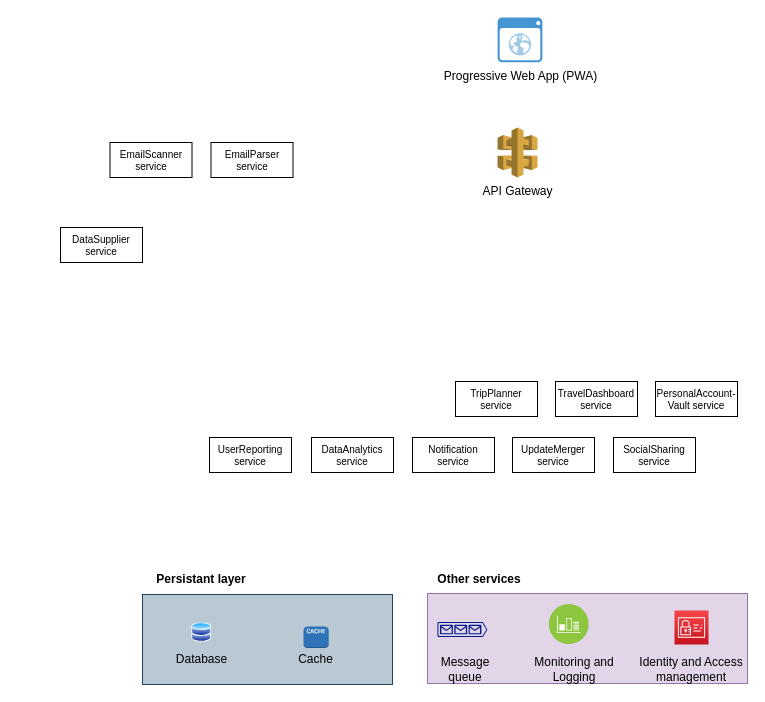
Orry/CloudeneersArchKata2023 keeps this draw.io diagram as diagrams/Untitled Diagram.drawio. Above is the earlier version. Source tidied: cells renumbered, new cells numbered last; positions are measured from the earlier drawing's top-left corner, leaving out a move shared by most shapes. Both pictures are drawn from the tidied source at 100%, with x=0, y=0 at pixel (60, 17).
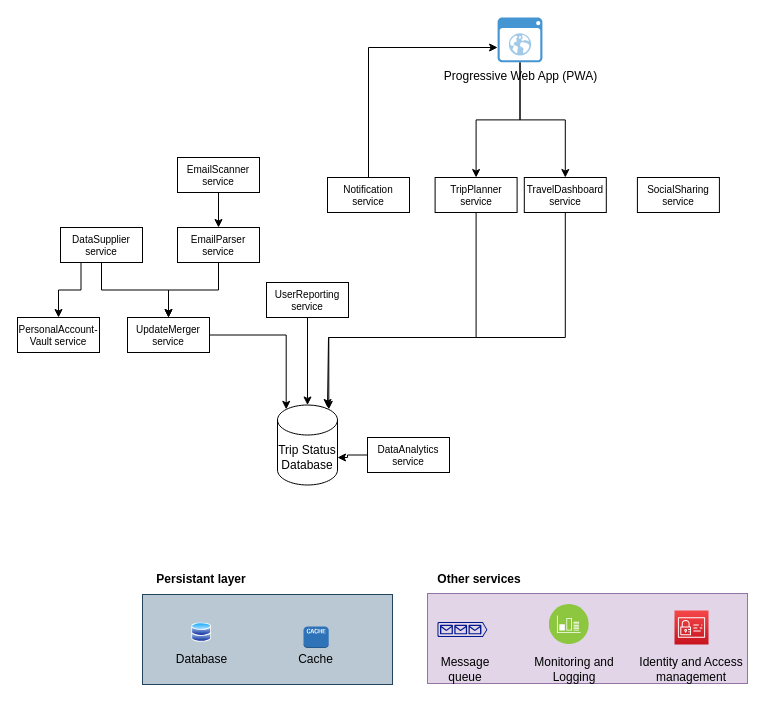
Above is the later version.

Commit message:
Draft component diagrams

Unchanged cells that the change refers to:
```xml
<mxCell id="3" value="Progressive Web App (PWA)" style="shadow=0;dashed=0;html=1;strokeColor=none;fillColor=#4495D1;labelPosition=center;verticalLabelPosition=bottom;verticalAlign=top;align=center;outlineConnect=0;shape=mxgraph.veeam.2d.web_ui;" parent="1" vertex="1">
  <mxGeometry x="437.1" width="44.8" height="44.8" as="geometry" />
</mxCell>
<mxCell id="5" value="DataSupplier service" style="rounded=0;whiteSpace=wrap;html=1;fontSize=10;" parent="1" vertex="1">
  <mxGeometry y="210" width="82" height="35" as="geometry" />
</mxCell>
```

Diff of the diagram source:
```diff
@@
-    <mxCell id="2" value="API Gateway" style="dashed=0;verticalLabelPosition=bottom;verticalAlign=top;align=center;html=1;shape=mxgraph.aws3.api_gateway;fillColor=#D9A741;gradientColor=none;" parent="1" vertex="1">
-      <mxGeometry x="437.1" y="110" width="39.9" height="50" as="geometry" />
-    </mxCell>
+    <mxCell id="30" style="edgeStyle=orthogonalEdgeStyle;rounded=0;jettySize=auto;html=1;entryX=0.5;entryY=0;entryDx=0;entryDy=0;" parent="1" edge="1" source="3" target="28">
+      <mxGeometry relative="1" as="geometry" />
+    </mxCell>
+    <mxCell id="31" style="edgeStyle=orthogonalEdgeStyle;rounded=0;jettySize=auto;html=1;" parent="1" edge="1" source="3" target="7">
+      <mxGeometry relative="1" as="geometry" />
+    </mxCell>
@@
+    <mxCell id="32" style="edgeStyle=orthogonalEdgeStyle;rounded=0;jettySize=auto;html=1;entryX=0.5;entryY=0;entryDx=0;entryDy=0;" parent="1" edge="1" source="5" target="29">
+      <mxGeometry relative="1" as="geometry" />
+    </mxCell>
+    <mxCell id="33" style="edgeStyle=orthogonalEdgeStyle;rounded=0;jettySize=auto;html=1;entryX=0.5;entryY=0;entryDx=0;entryDy=0;exitX=0.25;exitY=1;exitDx=0;exitDy=0;" parent="1" edge="1" source="5" target="27">
+      <mxGeometry relative="1" as="geometry" />
+    </mxCell>
@@
+    <mxCell id="34" style="edgeStyle=orthogonalEdgeStyle;rounded=0;jettySize=auto;html=1;entryX=0.5;entryY=0;entryDx=0;entryDy=0;" parent="1" edge="1" source="6" target="26">
+      <mxGeometry relative="1" as="geometry" />
+    </mxCell>
     <mxCell id="6" value="EmailScanner service" style="rounded=0;whiteSpace=wrap;html=1;imageWidth=20;imageHeight=20;fontSize=10;" parent="1" vertex="1">
-      <mxGeometry x="49.5" y="125" width="82" height="35" as="geometry" />
+      <mxGeometry x="117" y="140" width="82" height="35" as="geometry" />
     </mxCell>
+    <mxCell id="35" style="edgeStyle=orthogonalEdgeStyle;rounded=0;jettySize=auto;html=1;entryX=0.855;entryY=0;entryDx=0;entryDy=4.35;entryPerimeter=0;" parent="1" edge="1" source="7" target="42">
+      <mxGeometry relative="1" as="geometry">
+        <Array as="points">
+          <mxPoint x="416" y="320" />
+          <mxPoint x="268" y="320" />
+        </Array>
+      </mxGeometry>
+    </mxCell>
     <mxCell id="7" value="TripPlanner service" style="rounded=0;whiteSpace=wrap;html=1;fontSize=10;" parent="1" vertex="1">
-      <mxGeometry x="395" y="364" width="82" height="35" as="geometry" />
+      <mxGeometry x="374.6" y="160" width="82" height="35" as="geometry" />
     </mxCell>
     <mxCell id="8" value="SocialSharing service" style="rounded=0;whiteSpace=wrap;html=1;fontSize=10;" parent="1" vertex="1">
-      <mxGeometry x="553" y="420" width="82" height="35" as="geometry" />
+      <mxGeometry x="576.9" y="160" width="82" height="35" as="geometry" />
     </mxCell>
+    <mxCell id="36" style="edgeStyle=orthogonalEdgeStyle;rounded=0;jettySize=auto;html=1;" parent="1" edge="1" source="9" target="42">
+      <mxGeometry relative="1" as="geometry" />
+    </mxCell>
     <mxCell id="9" value="UserReporting service" style="rounded=0;whiteSpace=wrap;html=1;fontSize=10;" parent="1" vertex="1">
-      <mxGeometry x="149" y="420" width="82" height="35" as="geometry" />
+      <mxGeometry x="206" y="265" width="82" height="35" as="geometry" />
     </mxCell>
+    <mxCell id="37" style="edgeStyle=orthogonalEdgeStyle;rounded=0;jettySize=auto;html=1;entryX=1;entryY=0;entryDx=0;entryDy=52.5;entryPerimeter=0;" parent="1" edge="1" source="10" target="42">
+      <mxGeometry relative="1" as="geometry" />
+    </mxCell>
     <mxCell id="10" value="DataAnalytics service" style="rounded=0;whiteSpace=wrap;html=1;fontSize=10;" parent="1" vertex="1">
-      <mxGeometry x="251" y="420" width="82" height="35" as="geometry" />
+      <mxGeometry x="307" y="420" width="82" height="35" as="geometry" />
     </mxCell>
+    <mxCell id="38" style="edgeStyle=orthogonalEdgeStyle;rounded=0;jettySize=auto;html=1;" parent="1" edge="1" source="11" target="3">
+      <mxGeometry relative="1" as="geometry">
+        <Array as="points">
+          <mxPoint x="308" y="30" />
+        </Array>
+      </mxGeometry>
+    </mxCell>
     <mxCell id="11" value="Notification service" style="rounded=0;whiteSpace=wrap;html=1;fontSize=10;" parent="1" vertex="1">
-      <mxGeometry x="352" y="420" width="82" height="35" as="geometry" />
+      <mxGeometry x="267" y="160" width="82" height="35" as="geometry" />
     </mxCell>
@@
+    <mxCell id="39" style="edgeStyle=orthogonalEdgeStyle;rounded=0;jettySize=auto;html=1;" parent="1" edge="1" source="26" target="29">
+      <mxGeometry relative="1" as="geometry" />
+    </mxCell>
     <mxCell id="26" value="EmailParser service" style="rounded=0;whiteSpace=wrap;html=1;fontSize=10;" parent="1" vertex="1">
-      <mxGeometry x="150.5" y="125" width="82" height="35" as="geometry" />
+      <mxGeometry x="117" y="210" width="82" height="35" as="geometry" />
     </mxCell>
     <mxCell id="27" value="PersonalAccount-Vault service" style="rounded=0;whiteSpace=wrap;html=1;fontSize=10;" parent="1" vertex="1">
-      <mxGeometry x="595" y="364" width="82" height="35" as="geometry" />
+      <mxGeometry x="-43" y="300" width="82" height="35" as="geometry" />
     </mxCell>
+    <mxCell id="40" style="edgeStyle=orthogonalEdgeStyle;rounded=0;jettySize=auto;html=1;" parent="1" edge="1" source="28">
+      <mxGeometry relative="1" as="geometry">
+        <mxPoint x="267" y="390" as="targetPoint" />
+        <Array as="points">
+          <mxPoint x="505" y="320" />
+          <mxPoint x="268" y="320" />
+        </Array>
+      </mxGeometry>
+    </mxCell>
     <mxCell id="28" value="TravelDashboard service" style="rounded=0;whiteSpace=wrap;html=1;fontSize=10;" parent="1" vertex="1">
-      <mxGeometry x="495" y="364" width="82" height="35" as="geometry" />
+      <mxGeometry x="463.8" y="160" width="82" height="35" as="geometry" />
     </mxCell>
+    <mxCell id="41" style="edgeStyle=orthogonalEdgeStyle;rounded=0;jettySize=auto;html=1;entryX=0.145;entryY=0;entryDx=0;entryDy=4.35;entryPerimeter=0;" parent="1" edge="1" source="29" target="42">
+      <mxGeometry relative="1" as="geometry" />
+    </mxCell>
     <mxCell id="29" value="UpdateMerger service" style="rounded=0;whiteSpace=wrap;html=1;fontSize=10;" parent="1" vertex="1">
-      <mxGeometry x="452" y="420" width="82" height="35" as="geometry" />
+      <mxGeometry x="67" y="300" width="82" height="35" as="geometry" />
     </mxCell>
+    <mxCell id="42" value="Trip Status&lt;br&gt;Database" style="shape=cylinder3;whiteSpace=wrap;html=1;boundedLbl=1;backgroundOutline=1;size=15;" parent="1" vertex="1">
+      <mxGeometry x="217" y="387.5" width="60" height="80" as="geometry" />
+    </mxCell>
```
